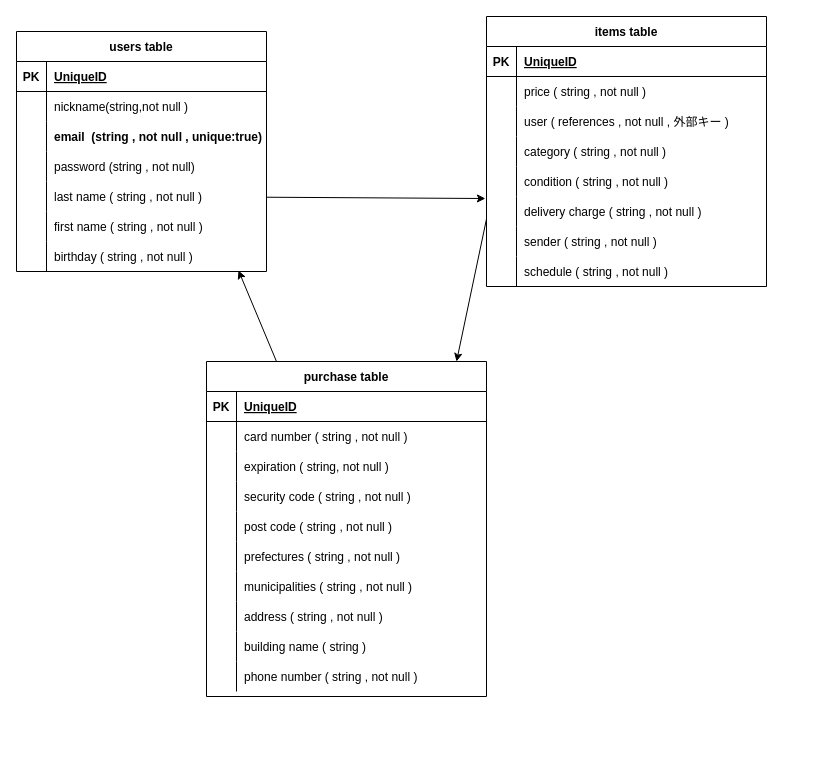
Above: furima.dio in Geny1005/furima-38507 (draw.io), before the change. Source tidied: cells renumbered, new cells numbered last; positions are measured from the earlier drawing's top-left corner, leaving out a move shared by most shapes. Both pictures are drawn from the tidied source at 100%, with x=0, y=0 at pixel (16, 16).
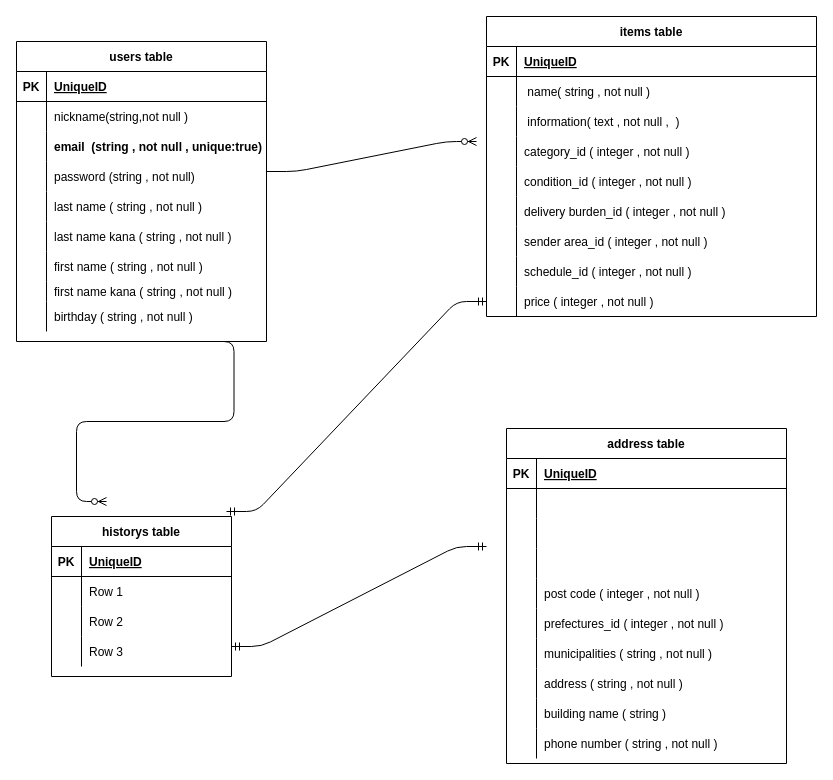
After the change.

Commit message (it also covers changes not shown here):
データベース設計

The change refers to these unchanged cells:
```xml
<mxCell id="15" style="shape=partialRectangle;fillColor=none;top=0;left=0;bottom=0;right=0;points=[[0,0.5],[1,0.5]];portConstraint=eastwest;" parent="2" vertex="1">
  <mxGeometry y="150" width="250" height="30" as="geometry" />
</mxCell>
<mxCell id="18" style="shape=partialRectangle;fillColor=none;top=0;left=0;bottom=0;right=0;" parent="2" vertex="1">
  <mxGeometry y="180" width="250" height="30" as="geometry" />
</mxCell>
<mxCell id="55" style="shape=partialRectangle;fillColor=none;top=0;left=0;bottom=0;right=0;" parent="51" vertex="1">
  <mxGeometry y="60" width="280" height="30" as="geometry" />
</mxCell>
<mxCell id="58" style="shape=partialRectangle;fillColor=none;top=0;left=0;bottom=0;right=0;" parent="51" vertex="1">
  <mxGeometry y="90" width="280" height="30" as="geometry" />
</mxCell>
<mxCell id="61" style="shape=partialRectangle;fillColor=none;top=0;left=0;bottom=0;right=0;" parent="51" vertex="1">
  <mxGeometry y="120" width="280" height="30" as="geometry" />
</mxCell>
<mxCell id="64" style="shape=partialRectangle;fillColor=none;top=0;left=0;bottom=0;right=0;" parent="51" vertex="1">
  <mxGeometry y="150" width="280" height="30" as="geometry" />
</mxCell>
<mxCell id="67" style="shape=partialRectangle;fillColor=none;top=0;left=0;bottom=0;right=0;" parent="51" vertex="1">
  <mxGeometry y="180" width="280" height="30" as="geometry" />
</mxCell>
```

What changed in the source:
```diff
@@
     <mxCell id="2" value="users table" style="shape=table;startSize=30;childLayout=tableLayout;rowLines=0;fontStyle=1;align=center;fillColor=default;" parent="1" vertex="1">
-      <mxGeometry y="15" width="250" height="240" as="geometry" />
+      <mxGeometry y="25" width="250" height="300" as="geometry" />
     </mxCell>
@@
-    <mxCell id="20" value="first name ( string , not null )" style="shape=partialRectangle;fillColor=none;top=0;left=0;bottom=0;right=0;align=left;spacingLeft=6;overflow=hidden;" parent="18" vertex="1">
+    <mxCell id="20" value="last name kana ( string , not null )" style="shape=partialRectangle;fillColor=none;top=0;left=0;bottom=0;right=0;align=left;spacingLeft=6;overflow=hidden;" parent="18" vertex="1">
       <mxGeometry x="30" width="220" height="30" as="geometry" />
     </mxCell>
+    <mxCell id="83" style="shape=partialRectangle;fillColor=none;top=0;left=0;bottom=0;right=0;" parent="2" vertex="1">
+      <mxGeometry y="210" width="250" height="30" as="geometry" />
+    </mxCell>
+    <mxCell id="84" style="shape=partialRectangle;fillColor=none;top=0;left=0;bottom=0;right=0;overflow=hidden;" parent="83" vertex="1">
+      <mxGeometry width="30" height="30" as="geometry" />
+    </mxCell>
+    <mxCell id="85" value="first name ( string , not null )" style="shape=partialRectangle;fillColor=none;top=0;left=0;bottom=0;right=0;align=left;spacingLeft=6;overflow=hidden;" parent="83" vertex="1">
+      <mxGeometry x="30" width="220" height="30" as="geometry" />
+    </mxCell>
+    <mxCell id="86" style="shape=partialRectangle;fillColor=none;top=0;left=0;bottom=0;right=0;" parent="2" vertex="1">
+      <mxGeometry y="240" width="250" height="20" as="geometry" />
+    </mxCell>
+    <mxCell id="87" style="shape=partialRectangle;fillColor=none;top=0;left=0;bottom=0;right=0;overflow=hidden;" parent="86" vertex="1">
+      <mxGeometry width="30" height="20" as="geometry" />
+    </mxCell>
+    <mxCell id="88" value="first name kana ( string , not null )" style="shape=partialRectangle;fillColor=none;top=0;left=0;bottom=0;right=0;align=left;spacingLeft=6;overflow=hidden;" parent="86" vertex="1">
+      <mxGeometry x="30" width="220" height="20" as="geometry" />
+    </mxCell>
     <mxCell id="21" style="shape=partialRectangle;fillColor=none;top=0;left=0;bottom=0;right=0;points=[[0,0.5],[1,0.5]];portConstraint=eastwest;" parent="2" vertex="1">
-      <mxGeometry y="210" width="250" height="30" as="geometry" />
+      <mxGeometry y="260" width="250" height="30" as="geometry" />
     </mxCell>
@@
-    <mxCell id="24" style="edgeStyle=none;html=1;exitX=0;exitY=0.75;exitDx=0;exitDy=0;entryX=0.893;entryY=0;entryDx=0;entryDy=0;entryPerimeter=0;" parent="1" edge="1" source="25" target="51">
-      <mxGeometry relative="1" as="geometry" />
-    </mxCell>
     <mxCell id="25" value="items table" style="shape=table;startSize=30;childLayout=tableLayout;rowLines=0;fontStyle=1;align=center;fillColor=default;" parent="1" vertex="1">
-      <mxGeometry x="470" width="280" height="270" as="geometry" />
+      <mxGeometry x="470" width="330" height="300" as="geometry" />
     </mxCell>
     <mxCell id="26" style="shape=partialRectangle;fillColor=none;top=0;left=0;bottom=1;right=0;" parent="25" vertex="1">
-      <mxGeometry y="30" width="280" height="30" as="geometry" />
+      <mxGeometry y="30" width="330" height="30" as="geometry" />
     </mxCell>
@@
     <mxCell id="28" value="UniqueID" style="shape=partialRectangle;fillColor=none;top=0;left=0;bottom=0;right=0;align=left;spacingLeft=6;fontStyle=5;overflow=hidden;" parent="26" vertex="1">
-      <mxGeometry x="30" width="250" height="30" as="geometry" />
+      <mxGeometry x="30" width="300" height="30" as="geometry" />
     </mxCell>
     <mxCell id="29" style="shape=partialRectangle;fillColor=none;top=0;left=0;bottom=0;right=0;" parent="25" vertex="1">
-      <mxGeometry y="60" width="280" height="30" as="geometry" />
+      <mxGeometry y="60" width="330" height="30" as="geometry" />
     </mxCell>
@@
-    <mxCell id="31" value="price ( string , not null )" style="shape=partialRectangle;fillColor=none;top=0;left=0;bottom=0;right=0;align=left;spacingLeft=6;overflow=hidden;" parent="29" vertex="1">
-      <mxGeometry x="30" width="250" height="30" as="geometry" />
+    <mxCell id="31" value=" name( string , not null )" style="shape=partialRectangle;fillColor=none;top=0;left=0;bottom=0;right=0;align=left;spacingLeft=6;overflow=hidden;" parent="29" vertex="1">
+      <mxGeometry x="30" width="300" height="30" as="geometry" />
     </mxCell>
     <mxCell id="32" style="shape=partialRectangle;fillColor=none;top=0;left=0;bottom=0;right=0;" parent="25" vertex="1">
-      <mxGeometry y="90" width="280" height="30" as="geometry" />
+      <mxGeometry y="90" width="330" height="30" as="geometry" />
     </mxCell>
@@
-    <mxCell id="34" value="user ( references , not null , 外部キー )" style="shape=partialRectangle;fillColor=none;top=0;left=0;bottom=0;right=0;align=left;spacingLeft=6;overflow=hidden;" parent="32" vertex="1">
-      <mxGeometry x="30" width="250" height="30" as="geometry" />
+    <mxCell id="34" value=" information( text , not null ,  )" style="shape=partialRectangle;fillColor=none;top=0;left=0;bottom=0;right=0;align=left;spacingLeft=6;overflow=hidden;" parent="32" vertex="1">
+      <mxGeometry x="30" width="300" height="30" as="geometry" />
     </mxCell>
     <mxCell id="35" style="shape=partialRectangle;fillColor=none;top=0;left=0;bottom=0;right=0;" parent="25" vertex="1">
-      <mxGeometry y="120" width="280" height="30" as="geometry" />
+      <mxGeometry y="120" width="330" height="30" as="geometry" />
     </mxCell>
@@
-    <mxCell id="37" value="category ( string , not null )" style="shape=partialRectangle;fillColor=none;top=0;left=0;bottom=0;right=0;align=left;spacingLeft=6;overflow=hidden;" parent="35" vertex="1">
-      <mxGeometry x="30" width="250" height="30" as="geometry" />
+    <mxCell id="37" value="category_id ( integer , not null )" style="shape=partialRectangle;fillColor=none;top=0;left=0;bottom=0;right=0;align=left;spacingLeft=6;overflow=hidden;" parent="35" vertex="1">
+      <mxGeometry x="30" width="300" height="30" as="geometry" />
     </mxCell>
     <mxCell id="38" style="shape=partialRectangle;fillColor=none;top=0;left=0;bottom=0;right=0;" parent="25" vertex="1">
-      <mxGeometry y="150" width="280" height="30" as="geometry" />
+      <mxGeometry y="150" width="330" height="30" as="geometry" />
     </mxCell>
@@
-    <mxCell id="40" value="condition ( string , not null )" style="shape=partialRectangle;fillColor=none;top=0;left=0;bottom=0;right=0;align=left;spacingLeft=6;overflow=hidden;" parent="38" vertex="1">
-      <mxGeometry x="30" width="250" height="30" as="geometry" />
+    <mxCell id="40" value="condition_id ( integer , not null )" style="shape=partialRectangle;fillColor=none;top=0;left=0;bottom=0;right=0;align=left;spacingLeft=6;overflow=hidden;" parent="38" vertex="1">
+      <mxGeometry x="30" width="300" height="30" as="geometry" />
     </mxCell>
     <mxCell id="41" style="shape=partialRectangle;fillColor=none;top=0;left=0;bottom=0;right=0;points=[[0,0.5],[1,0.5]];portConstraint=eastwest;" parent="25" vertex="1">
-      <mxGeometry y="180" width="280" height="30" as="geometry" />
+      <mxGeometry y="180" width="330" height="30" as="geometry" />
     </mxCell>
@@
-    <mxCell id="43" value="delivery charge ( string , not null )" style="shape=partialRectangle;fillColor=none;top=0;left=0;bottom=0;right=0;align=left;spacingLeft=6;overflow=hidden;" parent="41" vertex="1">
-      <mxGeometry x="30" width="250" height="30" as="geometry" />
+    <mxCell id="43" value="delivery burden_id ( integer , not null )" style="shape=partialRectangle;fillColor=none;top=0;left=0;bottom=0;right=0;align=left;spacingLeft=6;overflow=hidden;" parent="41" vertex="1">
+      <mxGeometry x="30" width="300" height="30" as="geometry" />
     </mxCell>
     <mxCell id="44" style="shape=partialRectangle;fillColor=none;top=0;left=0;bottom=0;right=0;" parent="25" vertex="1">
-      <mxGeometry y="210" width="280" height="30" as="geometry" />
+      <mxGeometry y="210" width="330" height="30" as="geometry" />
     </mxCell>
@@
-    <mxCell id="46" value="sender ( string , not null )" style="shape=partialRectangle;fillColor=none;top=0;left=0;bottom=0;right=0;align=left;spacingLeft=6;overflow=hidden;" parent="44" vertex="1">
-      <mxGeometry x="30" width="250" height="30" as="geometry" />
+    <mxCell id="46" value="sender area_id ( integer , not null )" style="shape=partialRectangle;fillColor=none;top=0;left=0;bottom=0;right=0;align=left;spacingLeft=6;overflow=hidden;" parent="44" vertex="1">
+      <mxGeometry x="30" width="300" height="30" as="geometry" />
     </mxCell>
     <mxCell id="47" style="shape=partialRectangle;fillColor=none;top=0;left=0;bottom=0;right=0;" parent="25" vertex="1">
-      <mxGeometry y="240" width="280" height="30" as="geometry" />
+      <mxGeometry y="240" width="330" height="30" as="geometry" />
     </mxCell>
@@
-    <mxCell id="49" value="schedule ( string , not null )" style="shape=partialRectangle;fillColor=none;top=0;left=0;bottom=0;right=0;align=left;spacingLeft=6;overflow=hidden;" parent="47" vertex="1">
-      <mxGeometry x="30" width="250" height="30" as="geometry" />
+    <mxCell id="49" value="schedule_id ( integer , not null )" style="shape=partialRectangle;fillColor=none;top=0;left=0;bottom=0;right=0;align=left;spacingLeft=6;overflow=hidden;" parent="47" vertex="1">
+      <mxGeometry x="30" width="300" height="30" as="geometry" />
     </mxCell>
-    <mxCell id="50" style="edgeStyle=none;html=1;exitX=0.25;exitY=0;exitDx=0;exitDy=0;entryX=0.888;entryY=0.967;entryDx=0;entryDy=0;entryPerimeter=0;" parent="1" edge="1" source="51" target="21">
-      <mxGeometry relative="1" as="geometry" />
-    </mxCell>
+    <mxCell id="89" style="shape=partialRectangle;fillColor=none;top=0;left=0;bottom=0;right=0;points=[[0,0.5],[1,0.5]];portConstraint=eastwest;" parent="25" vertex="1">
+      <mxGeometry y="270" width="330" height="30" as="geometry" />
+    </mxCell>
+    <mxCell id="90" style="shape=partialRectangle;fillColor=none;top=0;left=0;bottom=0;right=0;overflow=hidden;" parent="89" vertex="1">
+      <mxGeometry width="30" height="30" as="geometry" />
+    </mxCell>
+    <mxCell id="91" value="price ( integer , not null )" style="shape=partialRectangle;fillColor=none;top=0;left=0;bottom=0;right=0;align=left;spacingLeft=6;overflow=hidden;" parent="89" vertex="1">
+      <mxGeometry x="30" width="300" height="30" as="geometry" />
+    </mxCell>
-    <mxCell id="51" value="purchase table" style="shape=table;startSize=30;childLayout=tableLayout;rowLines=0;fontStyle=1;align=center;fillColor=default;" parent="1" vertex="1">
-      <mxGeometry x="190" y="345" width="280" height="335" as="geometry" />
+    <mxCell id="51" value="address table" style="shape=table;startSize=30;childLayout=tableLayout;rowLines=0;fontStyle=1;align=center;fillColor=default;" parent="1" vertex="1">
+      <mxGeometry x="490" y="412" width="280" height="335" as="geometry" />
     </mxCell>
@@
-    <mxCell id="57" value="card number ( string , not null )" style="shape=partialRectangle;fillColor=none;top=0;left=0;bottom=0;right=0;align=left;spacingLeft=6;overflow=hidden;" parent="55" vertex="1">
+    <mxCell id="57" style="shape=partialRectangle;fillColor=none;top=0;left=0;bottom=0;right=0;align=left;spacingLeft=6;overflow=hidden;" parent="55" vertex="1">
       <mxGeometry x="30" width="250" height="30" as="geometry" />
     </mxCell>
@@
-    <mxCell id="60" value="expiration ( string, not null )" style="shape=partialRectangle;fillColor=none;top=0;left=0;bottom=0;right=0;align=left;spacingLeft=6;overflow=hidden;" parent="58" vertex="1">
+    <mxCell id="60" style="shape=partialRectangle;fillColor=none;top=0;left=0;bottom=0;right=0;align=left;spacingLeft=6;overflow=hidden;" parent="58" vertex="1">
       <mxGeometry x="30" width="250" height="30" as="geometry" />
     </mxCell>
@@
-    <mxCell id="63" value="security code ( string , not null )" style="shape=partialRectangle;fillColor=none;top=0;left=0;bottom=0;right=0;align=left;spacingLeft=6;overflow=hidden;" parent="61" vertex="1">
+    <mxCell id="63" style="shape=partialRectangle;fillColor=none;top=0;left=0;bottom=0;right=0;align=left;spacingLeft=6;overflow=hidden;" parent="61" vertex="1">
       <mxGeometry x="30" width="250" height="30" as="geometry" />
     </mxCell>
@@
-    <mxCell id="66" value="post code ( string , not null )" style="shape=partialRectangle;fillColor=none;top=0;left=0;bottom=0;right=0;align=left;spacingLeft=6;overflow=hidden;" parent="64" vertex="1">
+    <mxCell id="66" value="post code ( integer , not null )" style="shape=partialRectangle;fillColor=none;top=0;left=0;bottom=0;right=0;align=left;spacingLeft=6;overflow=hidden;" parent="64" vertex="1">
       <mxGeometry x="30" width="250" height="30" as="geometry" />
     </mxCell>
@@
-    <mxCell id="69" value="prefectures ( string , not null )" style="shape=partialRectangle;fillColor=none;top=0;left=0;bottom=0;right=0;align=left;spacingLeft=6;overflow=hidden;" parent="67" vertex="1">
+    <mxCell id="69" value="prefectures_id ( integer , not null )" style="shape=partialRectangle;fillColor=none;top=0;left=0;bottom=0;right=0;align=left;spacingLeft=6;overflow=hidden;" parent="67" vertex="1">
       <mxGeometry x="30" width="250" height="30" as="geometry" />
     </mxCell>
@@
-    <mxCell id="82" style="edgeStyle=none;html=1;entryX=-0.004;entryY=0.067;entryDx=0;entryDy=0;entryPerimeter=0;" parent="1" edge="1" source="15" target="41">
-      <mxGeometry relative="1" as="geometry" />
-    </mxCell>
+    <mxCell id="92" value="historys table" style="shape=table;startSize=30;childLayout=tableLayout;rowLines=0;fontStyle=1;align=center;" parent="1" vertex="1">
+      <mxGeometry x="35" y="500" width="180" height="160" as="geometry" />
+    </mxCell>
+    <mxCell id="93" style="shape=partialRectangle;fillColor=none;top=0;left=0;bottom=1;right=0;" parent="92" vertex="1">
+      <mxGeometry y="30" width="180" height="30" as="geometry" />
+    </mxCell>
+    <mxCell id="94" value="PK" style="shape=partialRectangle;fillColor=none;top=0;left=0;bottom=0;right=0;fontStyle=1;overflow=hidden;" parent="93" vertex="1">
+      <mxGeometry width="30" height="30" as="geometry" />
+    </mxCell>
+    <mxCell id="95" value="UniqueID" style="shape=partialRectangle;fillColor=none;top=0;left=0;bottom=0;right=0;align=left;spacingLeft=6;fontStyle=5;overflow=hidden;" parent="93" vertex="1">
+      <mxGeometry x="30" width="150" height="30" as="geometry" />
+    </mxCell>
+    <mxCell id="96" style="shape=partialRectangle;fillColor=none;top=0;left=0;bottom=0;right=0;" parent="92" vertex="1">
+      <mxGeometry y="60" width="180" height="30" as="geometry" />
+    </mxCell>
+    <mxCell id="97" style="shape=partialRectangle;fillColor=none;top=0;left=0;bottom=0;right=0;overflow=hidden;" parent="96" vertex="1">
+      <mxGeometry width="30" height="30" as="geometry" />
+    </mxCell>
+    <mxCell id="98" value="Row 1" style="shape=partialRectangle;fillColor=none;top=0;left=0;bottom=0;right=0;align=left;spacingLeft=6;overflow=hidden;" parent="96" vertex="1">
+      <mxGeometry x="30" width="150" height="30" as="geometry" />
+    </mxCell>
+    <mxCell id="99" style="shape=partialRectangle;fillColor=none;top=0;left=0;bottom=0;right=0;" parent="92" vertex="1">
+      <mxGeometry y="90" width="180" height="30" as="geometry" />
+    </mxCell>
+    <mxCell id="100" style="shape=partialRectangle;fillColor=none;top=0;left=0;bottom=0;right=0;overflow=hidden;" parent="99" vertex="1">
+      <mxGeometry width="30" height="30" as="geometry" />
+    </mxCell>
+    <mxCell id="101" value="Row 2" style="shape=partialRectangle;fillColor=none;top=0;left=0;bottom=0;right=0;align=left;spacingLeft=6;overflow=hidden;" parent="99" vertex="1">
+      <mxGeometry x="30" width="150" height="30" as="geometry" />
+    </mxCell>
+    <mxCell id="102" style="shape=partialRectangle;fillColor=none;top=0;left=0;bottom=0;right=0;" parent="92" vertex="1">
+      <mxGeometry y="120" width="180" height="30" as="geometry" />
+    </mxCell>
+    <mxCell id="103" style="shape=partialRectangle;fillColor=none;top=0;left=0;bottom=0;right=0;overflow=hidden;" parent="102" vertex="1">
+      <mxGeometry width="30" height="30" as="geometry" />
+    </mxCell>
+    <mxCell id="104" value="Row 3" style="shape=partialRectangle;fillColor=none;top=0;left=0;bottom=0;right=0;align=left;spacingLeft=6;overflow=hidden;" parent="102" vertex="1">
+      <mxGeometry x="30" width="150" height="30" as="geometry" />
+    </mxCell>
+    <mxCell id="105" style="edgeStyle=entityRelationEdgeStyle;fontSize=12;html=1;endArrow=ERzeroToMany;endFill=1;" parent="1" edge="1">
+      <mxGeometry relative="1" as="geometry">
+        <mxPoint x="250" y="155" as="sourcePoint" />
+        <mxPoint x="460" y="125" as="targetPoint" />
+      </mxGeometry>
+    </mxCell>
+    <mxCell id="106" style="edgeStyle=entityRelationEdgeStyle;fontSize=12;html=1;endArrow=ERzeroToMany;endFill=1;exitX=0.75;exitY=1;exitDx=0;exitDy=0;" parent="1" edge="1" source="2">
+      <mxGeometry relative="1" as="geometry">
+        <mxPoint x="90" y="485" as="targetPoint" />
+      </mxGeometry>
+    </mxCell>
+    <mxCell id="107" style="edgeStyle=entityRelationEdgeStyle;fontSize=12;html=1;endArrow=ERmandOne;startArrow=ERmandOne;" parent="1" edge="1">
+      <mxGeometry relative="1" as="geometry">
+        <mxPoint x="215" y="630" as="sourcePoint" />
+        <mxPoint x="470" y="530" as="targetPoint" />
+      </mxGeometry>
+    </mxCell>
+    <mxCell id="108" style="edgeStyle=entityRelationEdgeStyle;fontSize=12;html=1;endArrow=ERmandOne;startArrow=ERmandOne;entryX=0;entryY=0.5;entryDx=0;entryDy=0;" parent="1" edge="1" target="89">
+      <mxGeometry relative="1" as="geometry">
+        <mxPoint x="210" y="495" as="sourcePoint" />
+      </mxGeometry>
+    </mxCell>
```
